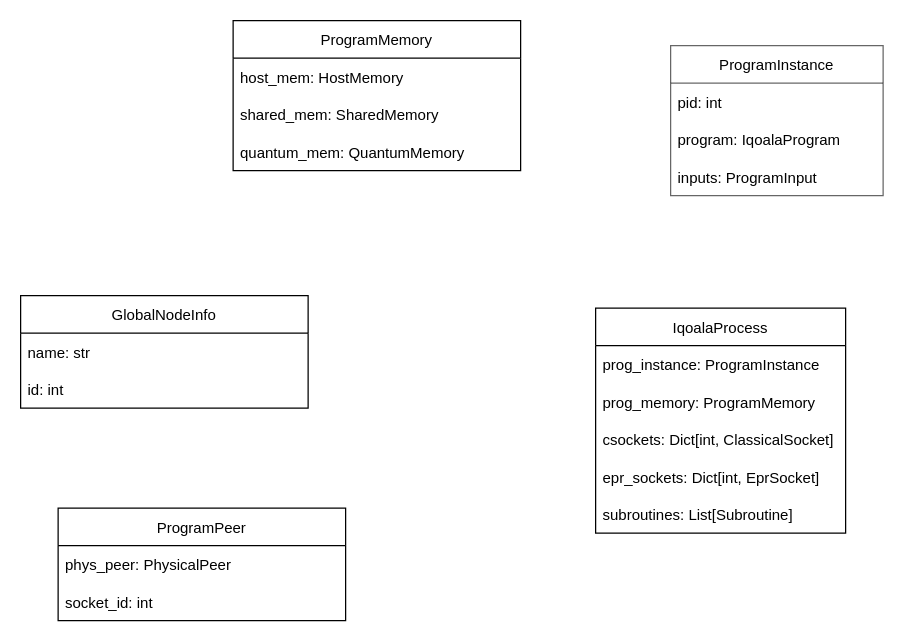
Earlier version of the draw.io diagram squidasm/qoala/arch/runtime_classes.drawio (QuTech-Delft/squidasm). Source tidied: cells renumbered, new cells numbered last; positions are measured from the earlier drawing's top-left corner, leaving out a move shared by most shapes. Both pictures are drawn from the tidied source at 125%, with x=0, y=0 at pixel (20, 20).
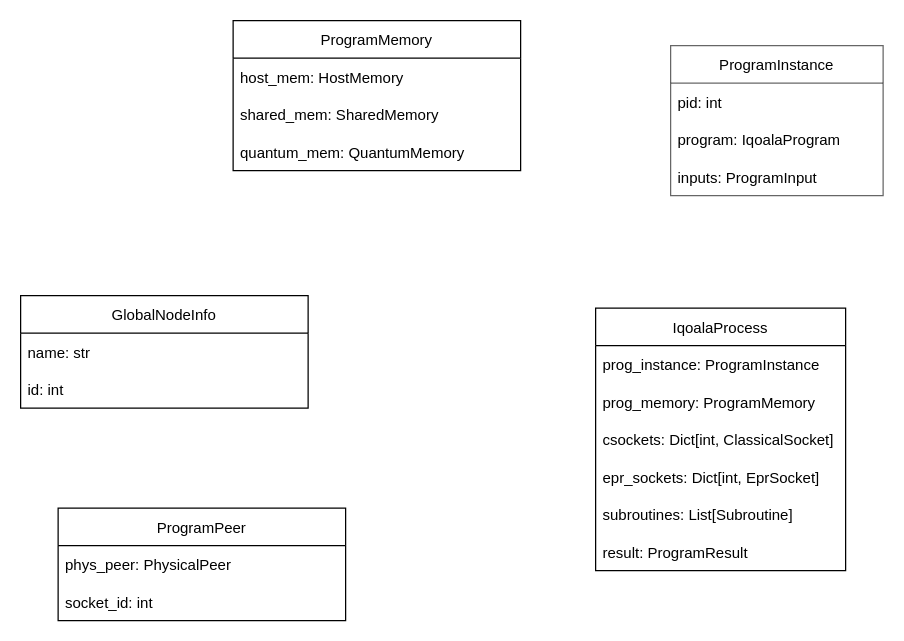
After the change.

The edit, as a diff of the source:
```diff
@@
     <mxCell id="6" value="IqoalaProcess" style="swimlane;fontStyle=0;horizontal=1;startSize=30;" parent="1" vertex="1">
-      <mxGeometry x="460" y="230" width="200" height="180" as="geometry" />
+      <mxGeometry x="460" y="230" width="200" height="210" as="geometry" />
     </mxCell>
@@
+    <mxCell id="22" value="result: ProgramResult" style="text;strokeColor=none;fillColor=none;align=left;verticalAlign=middle;spacingLeft=4;spacingRight=4;overflow=hidden;" parent="6" vertex="1">
+      <mxGeometry y="180" width="200" height="30" as="geometry" />
+    </mxCell>
```
